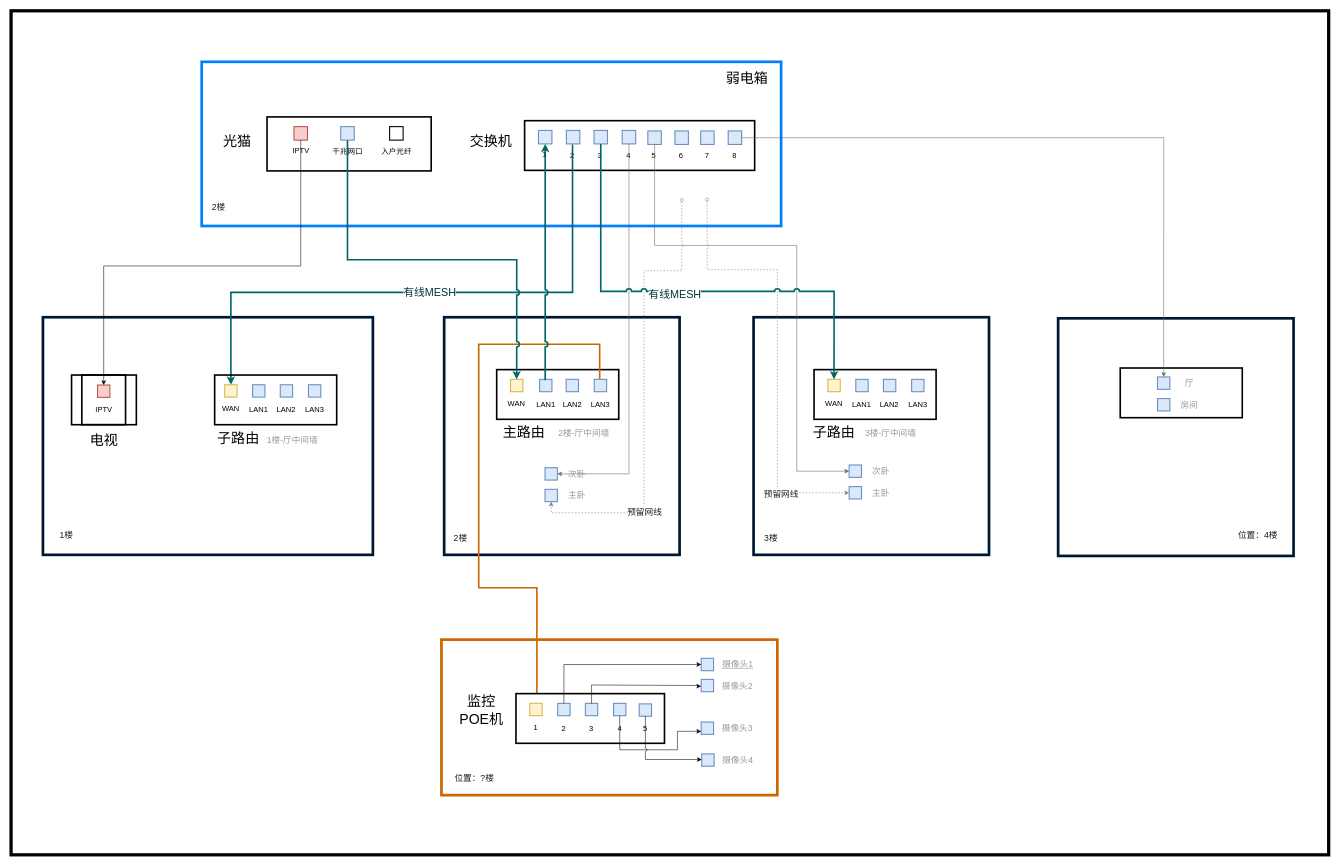
This is page "第 1 页" (1 of 2) of 网线拓扑.drawio from yangbe/diagrams, a draw.io file, before an edit. Source tidied: cells renumbered, new cells numbered last; positions are measured from the earlier drawing's top-left corner, leaving out a move shared by most shapes. Both pictures are drawn from the tidied source at 54%, with x=0, y=0 at pixel (11, 11).
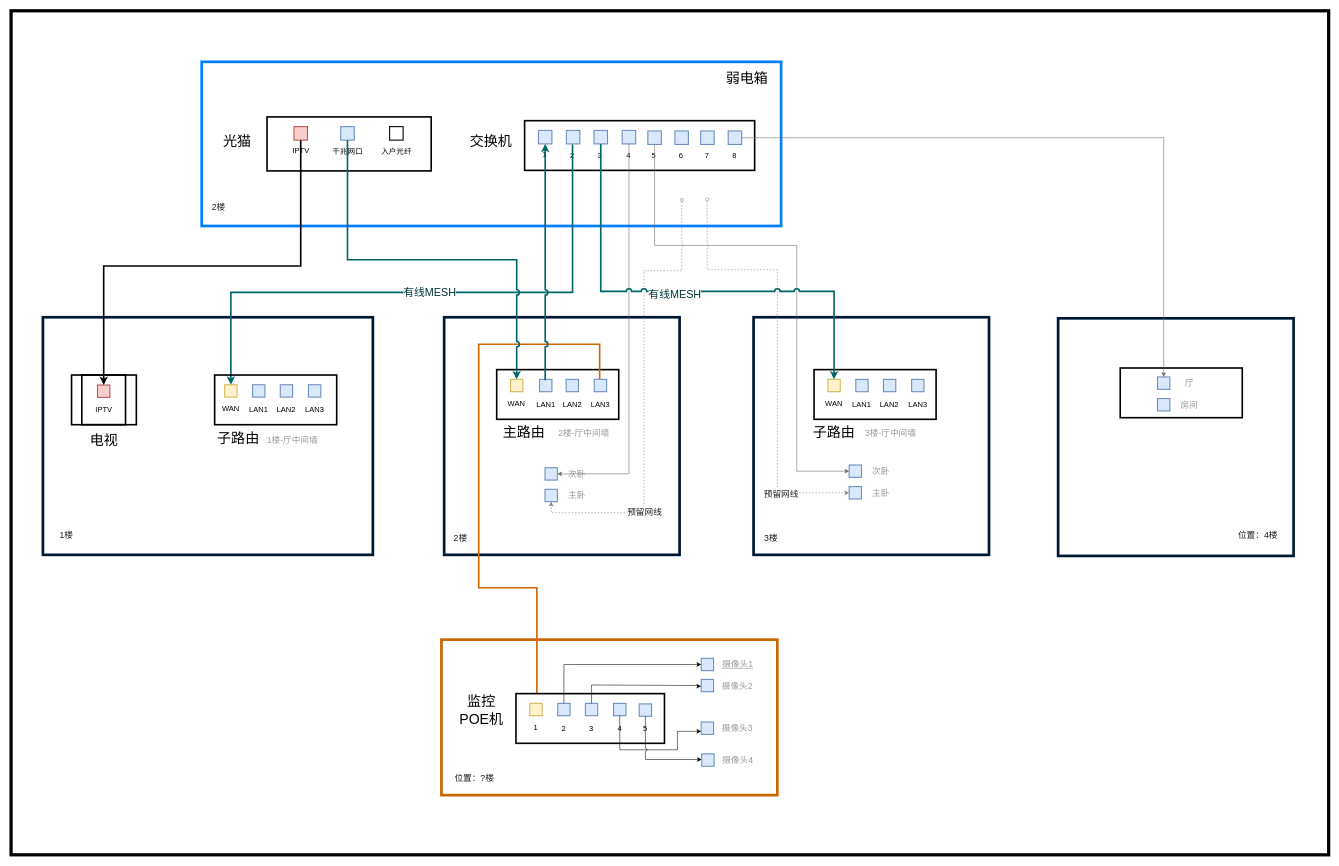
The same page after the edit.

Commit message:
更新网线拓扑.drawio

Unchanged cells that the change refers to:
```xml
<mxCell id="15" style="whiteSpace=wrap;html=1;fillColor=#f8cecc;strokeColor=#b85450;strokeWidth=2;" parent="14" vertex="1">
  <mxGeometry x="31.3" width="25" height="25" as="geometry" />
</mxCell>
<mxCell id="28" style="whiteSpace=wrap;html=1;fillColor=#f8cecc;strokeColor=#b85450;strokeWidth=2;" parent="27" vertex="1">
  <mxGeometry x="13.6" width="22.9" height="22.9" as="geometry" />
</mxCell>
```

The edit, as a diff of the source:
```diff
@@
-    <mxCell id="68" style="edgeStyle=orthogonalEdgeStyle;rounded=0;jettySize=auto;html=1;exitX=0.5;exitY=1;exitDx=0;exitDy=0;entryX=0.5;entryY=0;entryDx=0;entryDy=0;fontSize=16;fontColor=#1A1A1A;jumpStyle=arc;" parent="1" edge="1" source="15" target="28">
+    <mxCell id="68" style="edgeStyle=orthogonalEdgeStyle;rounded=0;jettySize=auto;html=1;exitX=0.5;exitY=1;exitDx=0;exitDy=0;entryX=0.5;entryY=0;entryDx=0;entryDy=0;fontSize=16;fontColor=#1A1A1A;jumpStyle=arc;strokeWidth=3;" parent="1" edge="1" source="15" target="28">
       <mxGeometry relative="1" as="geometry">
         <Array as="points">
           <mxPoint x="536" y="472" />
           <mxPoint x="172" y="472" />
         </Array>
       </mxGeometry>
     </mxCell>
```
